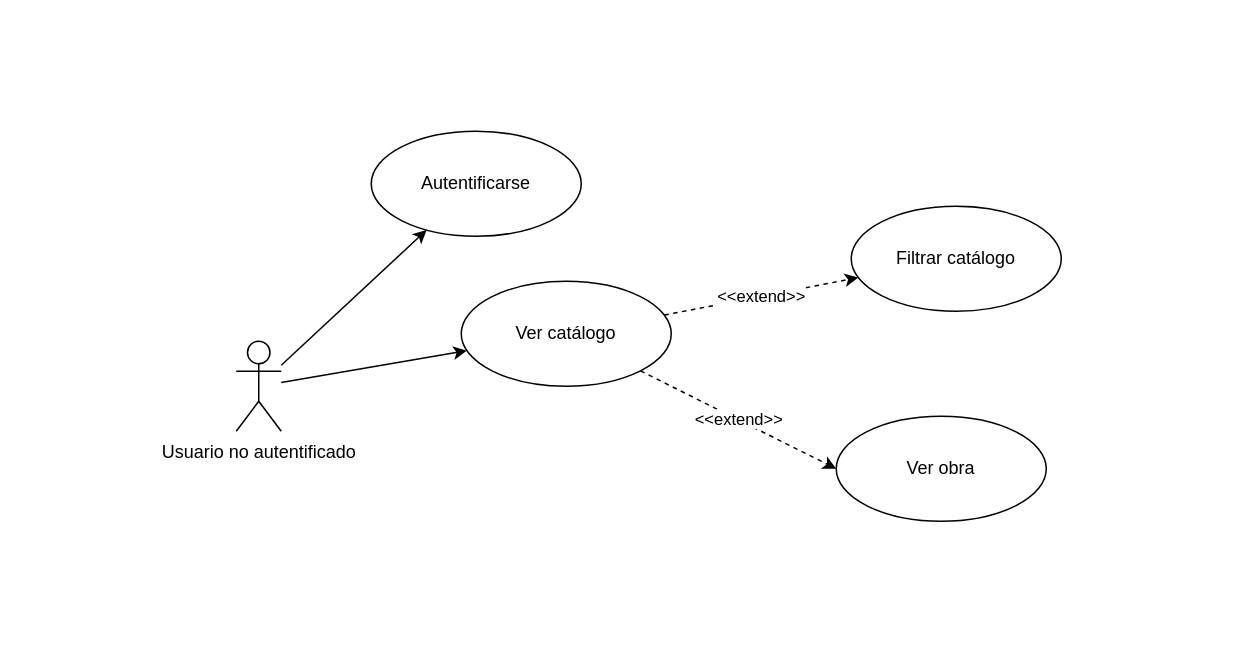
Before: documentación/documentación del producto/documentación del sistema/documentación diseño/diagrama de casos de uso - usuarios no autentificados.drawio in GaelCodes/Ecommerce-Leonard-Devinch, a draw.io diagram. Source tidied: cells renumbered, new cells numbered last; positions are measured from the earlier drawing's top-left corner, leaving out a move shared by most shapes. Both pictures are drawn from the tidied source at 150%, with x=0, y=0 at pixel (26, 26).
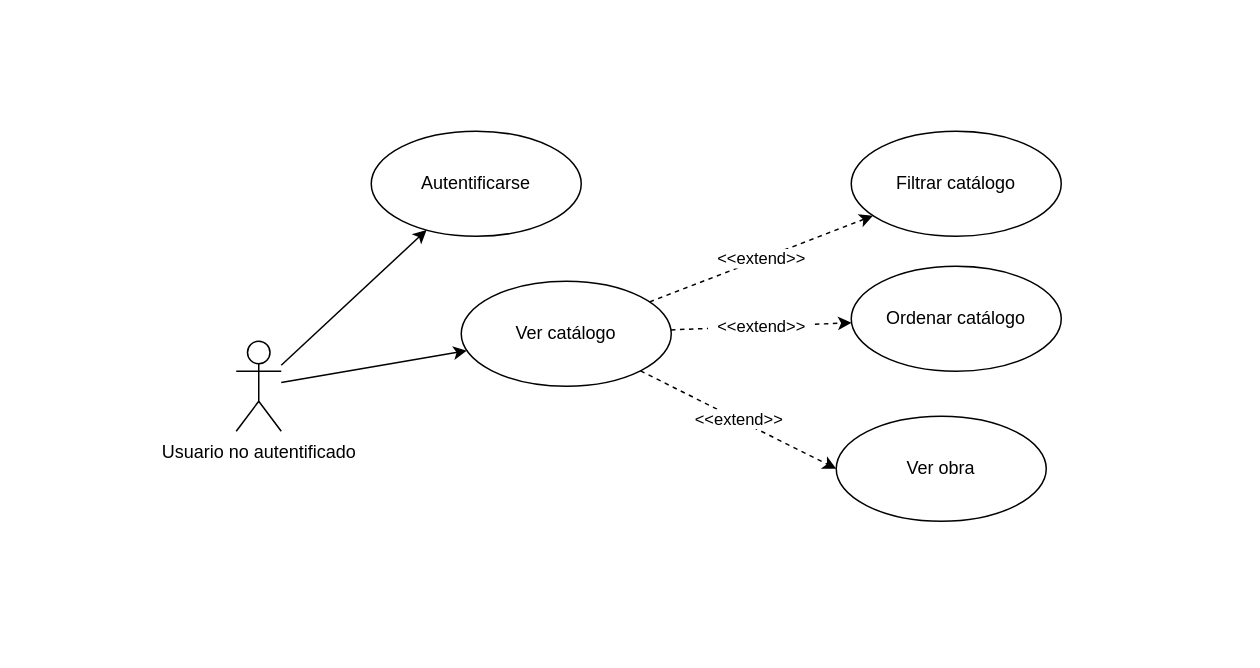
The same diagram, later.

Commit message (it also covers changes not shown here):
actualizados diagramas de casos de uso

What changed in the source:
```diff
@@
 <mxGraphModel>
   <root>
     <mxCell id="0" />
     <mxCell id="1" parent="0" />
     <mxCell id="2" style="shape=table;startSize=0;childLayout=tableLayout;fillColor=none;strokeColor=none;" parent="1" vertex="1">
       <mxGeometry width="805" height="410" as="geometry" />
     </mxCell>
     <mxCell id="3" style="shape=partialRectangle;fillColor=none;top=0;left=0;bottom=0;right=0;" parent="2" vertex="1">
       <mxGeometry width="805" height="410" as="geometry" />
     </mxCell>
     <mxCell id="4" style="shape=partialRectangle;html=1;whiteSpace=wrap;overflow=hidden;fillColor=none;top=0;left=0;bottom=0;right=0;" parent="3" vertex="1">
       <mxGeometry width="805" height="410" as="geometry" />
     </mxCell>
     <mxCell id="5" value="Autentificarse" style="ellipse;whiteSpace=wrap;html=1;" parent="1" vertex="1">
       <mxGeometry x="230" y="70" width="140" height="70" as="geometry" />
     </mxCell>
     <mxCell id="6" style="rounded=0;jettySize=auto;html=1;" parent="1" edge="1" source="8" target="5">
       <mxGeometry relative="1" as="geometry" />
     </mxCell>
     <mxCell id="7" style="edgeStyle=none;rounded=0;jettySize=auto;html=1;" parent="1" edge="1" source="8" target="11">
       <mxGeometry relative="1" as="geometry" />
     </mxCell>
     <mxCell id="8" value="Usuario no autentificado" style="shape=umlActor;verticalLabelPosition=bottom;verticalAlign=top;html=1;" parent="1" vertex="1">
       <mxGeometry x="140" y="210" width="30" height="60" as="geometry" />
     </mxCell>
     <mxCell id="9" value="&amp;lt;&amp;lt;extend&amp;gt;&amp;gt;" style="edgeStyle=none;rounded=0;jettySize=auto;html=1;dashed=1;" parent="1" edge="1" source="11" target="12">
       <mxGeometry relative="1" as="geometry" />
     </mxCell>
     <mxCell id="10" value="&amp;lt;&amp;lt;extend&amp;gt;&amp;gt;" style="edgeStyle=none;rounded=0;jettySize=auto;html=1;entryX=0;entryY=0.5;entryDx=0;entryDy=0;dashed=1;" parent="1" edge="1" source="11" target="13">
       <mxGeometry relative="1" as="geometry" />
     </mxCell>
+    <mxCell id="14" value="&amp;nbsp; &amp;lt;&amp;lt;extend&amp;gt;&amp;gt;&amp;nbsp;&amp;nbsp;" style="rounded=0;jettySize=auto;html=1;dashed=1;" parent="1" edge="1" source="11" target="15">
+      <mxGeometry relative="1" as="geometry" />
+    </mxCell>
     <mxCell id="11" value="Ver catálogo" style="ellipse;whiteSpace=wrap;html=1;" parent="1" vertex="1">
       <mxGeometry x="290" y="170" width="140" height="70" as="geometry" />
     </mxCell>
     <mxCell id="12" value="Filtrar catálogo" style="ellipse;whiteSpace=wrap;html=1;" parent="1" vertex="1">
-      <mxGeometry x="550" y="120" width="140" height="70" as="geometry" />
+      <mxGeometry x="550" y="70" width="140" height="70" as="geometry" />
     </mxCell>
     <mxCell id="13" value="Ver obra" style="ellipse;whiteSpace=wrap;html=1;" parent="1" vertex="1">
       <mxGeometry x="540" y="260" width="140" height="70" as="geometry" />
     </mxCell>
+    <mxCell id="15" value="Ordenar catálogo" style="ellipse;whiteSpace=wrap;html=1;" parent="1" vertex="1">
+      <mxGeometry x="550" y="160" width="140" height="70" as="geometry" />
+    </mxCell>
   </root>
 </mxGraphModel>
```
